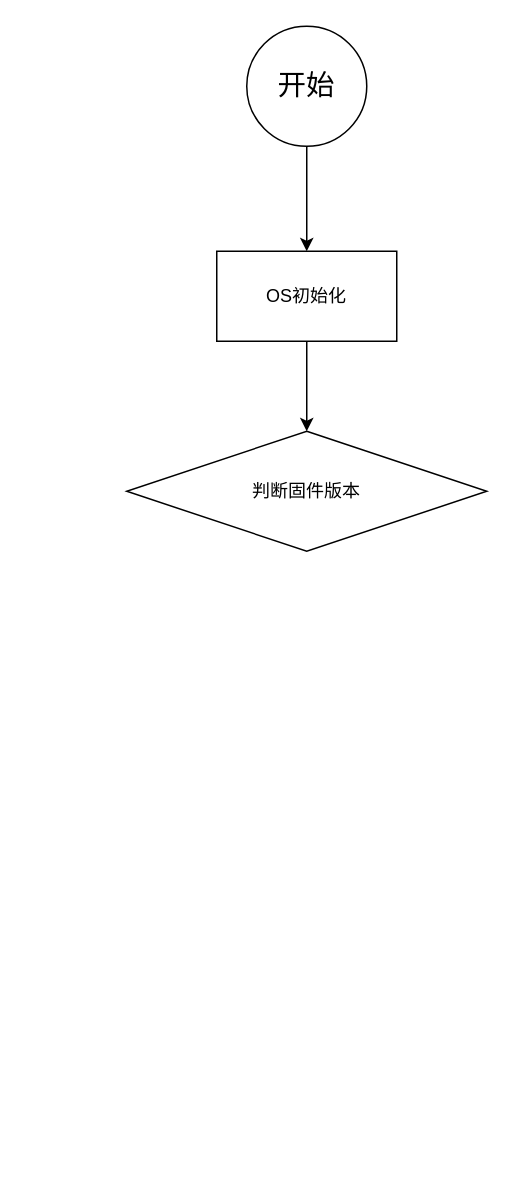
The draw.io diagram 相机自检时固件升级.drawio in Jev0987/drawioFile, before the edit. Source tidied: cells renumbered, new cells numbered last; positions are measured from the earlier drawing's top-left corner, leaving out a move shared by most shapes. Both pictures are drawn from the tidied source at 150%, with x=0, y=0 at pixel (126, 26).
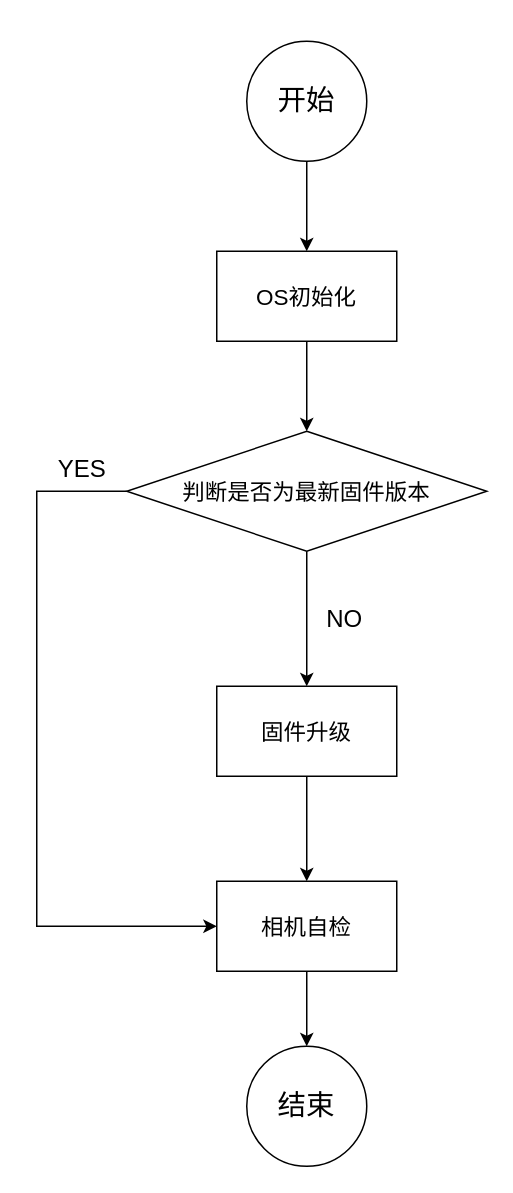
Above is the later version.

Commit message (it also covers changes not shown here):
更新相机自检时固件升级.drawio

What changed in the source:
```diff
@@
 <mxGraphModel>
   <root>
     <mxCell id="0" />
     <mxCell id="1" parent="0" />
     <mxCell id="2" style="edgeStyle=orthogonalEdgeStyle;rounded=0;jettySize=auto;html=1;" parent="1" edge="1" source="3" target="4">
       <mxGeometry relative="1" as="geometry" />
     </mxCell>
     <mxCell id="3" value="&lt;font style=&quot;font-size: 19px;&quot;&gt;开始&lt;/font&gt;" style="ellipse;whiteSpace=wrap;html=1;" parent="1" vertex="1">
-      <mxGeometry x="80" width="80" height="80" as="geometry" />
+      <mxGeometry x="80" y="10" width="80" height="80" as="geometry" />
     </mxCell>
-    <mxCell id="4" value="OS初始化" style="whiteSpace=wrap;html=1;" parent="1" vertex="1">
+    <mxCell id="4" value="OS初始化" style="whiteSpace=wrap;html=1;fontSize=15;" parent="1" vertex="1">
       <mxGeometry x="60" y="150" width="120" height="60" as="geometry" />
     </mxCell>
     <mxCell id="5" style="edgeStyle=orthogonalEdgeStyle;rounded=0;jettySize=auto;html=1;exitX=0.5;exitY=1;exitDx=0;exitDy=0;" parent="1" edge="1" source="4" target="6">
       <mxGeometry relative="1" as="geometry" />
     </mxCell>
+    <mxCell id="7" style="edgeStyle=orthogonalEdgeStyle;rounded=0;jettySize=auto;html=1;" parent="1" edge="1" source="6" target="10">
+      <mxGeometry relative="1" as="geometry" />
+    </mxCell>
+    <mxCell id="8" style="edgeStyle=orthogonalEdgeStyle;rounded=0;jettySize=auto;html=1;exitX=0;exitY=0.5;exitDx=0;exitDy=0;entryX=0;entryY=0.5;entryDx=0;entryDy=0;" parent="1" edge="1" source="6" target="12">
+      <mxGeometry relative="1" as="geometry">
+        <Array as="points">
+          <mxPoint x="-60" y="310" />
+          <mxPoint x="-60" y="600" />
+        </Array>
+      </mxGeometry>
+    </mxCell>
-    <mxCell id="6" value="判断固件版本" style="rhombus;whiteSpace=wrap;html=1;" parent="1" vertex="1">
+    <mxCell id="6" value="判断是否为最新固件版本" style="rhombus;whiteSpace=wrap;html=1;fontSize=15;" parent="1" vertex="1">
       <mxGeometry y="270" width="240" height="80" as="geometry" />
     </mxCell>
+    <mxCell id="9" style="edgeStyle=orthogonalEdgeStyle;rounded=0;jettySize=auto;html=1;" parent="1" edge="1" source="10" target="12">
+      <mxGeometry relative="1" as="geometry" />
+    </mxCell>
+    <mxCell id="10" value="固件升级" style="whiteSpace=wrap;html=1;fontSize=15;" parent="1" vertex="1">
+      <mxGeometry x="60" y="440" width="120" height="60" as="geometry" />
+    </mxCell>
+    <mxCell id="11" style="edgeStyle=orthogonalEdgeStyle;rounded=0;jettySize=auto;html=1;" parent="1" edge="1" source="12" target="15">
+      <mxGeometry relative="1" as="geometry" />
+    </mxCell>
+    <mxCell id="12" value="相机自检" style="whiteSpace=wrap;html=1;fontSize=15;" parent="1" vertex="1">
+      <mxGeometry x="60" y="570" width="120" height="60" as="geometry" />
+    </mxCell>
+    <mxCell id="13" value="NO" style="text;html=1;align=center;verticalAlign=middle;strokeColor=none;fillColor=none;fontSize=16;" parent="1" vertex="1">
+      <mxGeometry x="120" y="380" width="50" height="30" as="geometry" />
+    </mxCell>
+    <mxCell id="14" value="YES" style="text;html=1;align=center;verticalAlign=middle;strokeColor=none;fillColor=none;fontSize=16;" parent="1" vertex="1">
+      <mxGeometry x="-60" y="280" width="60" height="30" as="geometry" />
+    </mxCell>
+    <mxCell id="15" value="&lt;font style=&quot;font-size: 19px;&quot;&gt;结束&lt;/font&gt;" style="ellipse;whiteSpace=wrap;html=1;" parent="1" vertex="1">
+      <mxGeometry x="80" y="680" width="80" height="80" as="geometry" />
+    </mxCell>
   </root>
 </mxGraphModel>
```
